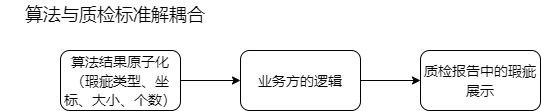
Above: Untitled Diagram.drawio.png in Linranran/my_images (draw.io), before the change. Source tidied: cells renumbered, new cells last; positions are measured from the earlier drawing's top-left corner, leaving out a move shared by most shapes.
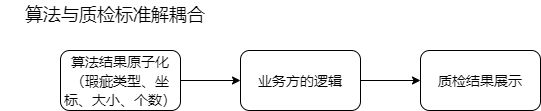
The same file after the commit.

Change to the diagram source:
```diff
@@ -17,7 +17,7 @@
     <mxCell id="6" value="&lt;font style=&quot;font-size: 14px&quot;&gt;算法结果原子化（瑕疵类型、坐标、大小、个数）&lt;/font&gt;" style="rounded=1;whiteSpace=wrap;html=1;fontSize=16;" parent="1" vertex="1">
       <mxGeometry x="60" y="50" width="120" height="60" as="geometry" />
     </mxCell>
-    <mxCell id="7" value="&lt;span style=&quot;font-family: &amp;#34;helvetica&amp;#34;&quot;&gt;&lt;font style=&quot;font-size: 14px&quot;&gt;质检报告中的瑕疵展示&lt;/font&gt;&lt;/span&gt;" style="rounded=1;whiteSpace=wrap;html=1;fontSize=16;" parent="1" vertex="1">
+    <mxCell id="7" value="&lt;span style=&quot;font-family: &amp;#34;helvetica&amp;#34;&quot;&gt;&lt;font style=&quot;font-size: 14px&quot;&gt;质检结果展示&lt;/font&gt;&lt;/span&gt;" style="rounded=1;whiteSpace=wrap;html=1;fontSize=16;" parent="1" vertex="1">
       <mxGeometry x="420" y="50" width="120" height="60" as="geometry" />
     </mxCell>
   </root>
```
